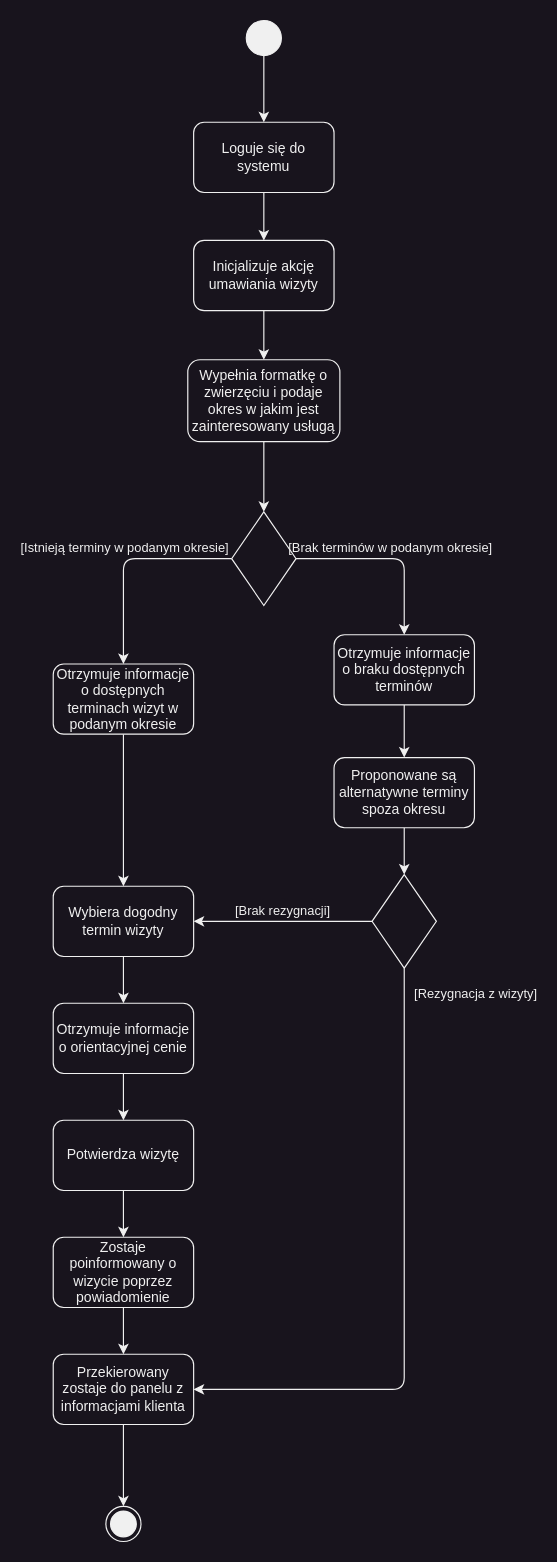
MarekMichali/vet-clinic keeps this draw.io diagram as ActivityDiagrams/UC1_Umow_wizyte.drawio. Above is the earlier version. Source tidied: cells renumbered, new cells numbered last; positions are measured from the earlier drawing's top-left corner, leaving out a move shared by most shapes. Both pictures are drawn from the tidied source at 117%, with x=0, y=0 at pixel (53, 20).
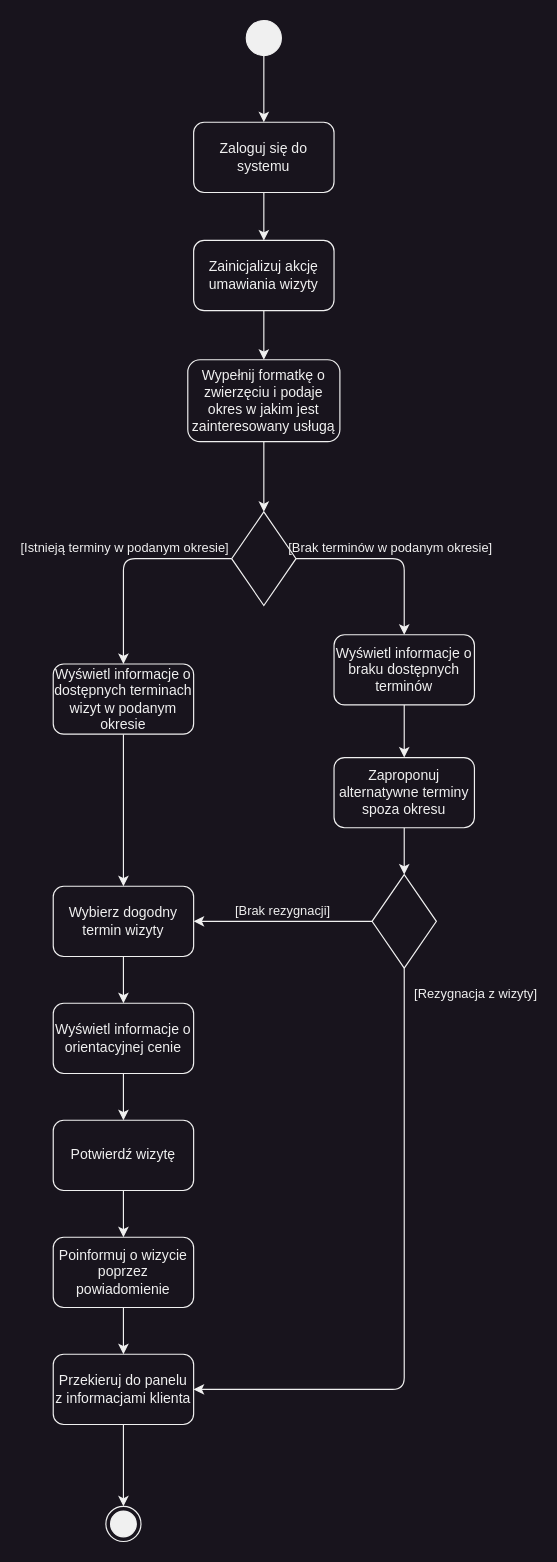
Above is the later version.

What changed in the source:
```diff
@@
-    <mxCell id="5" value="Loguje się do systemu" style="rounded=1;whiteSpace=wrap;html=1;fillColor=#18141D;strokeColor=#F0F0F0;fontColor=#F0F0F0;" parent="1" vertex="1">
+    <mxCell id="5" value="Zaloguj się do systemu" style="rounded=1;whiteSpace=wrap;html=1;fillColor=#18141D;strokeColor=#F0F0F0;fontColor=#F0F0F0;" parent="1" vertex="1">
       <mxGeometry x="120" y="87" width="120" height="60" as="geometry" />
     </mxCell>
@@
-    <mxCell id="7" value="Inicjalizuje akcję umawiania wizyty" style="rounded=1;whiteSpace=wrap;html=1;fillColor=#18141D;strokeColor=#F0F0F0;fontColor=#F0F0F0;" parent="1" vertex="1">
+    <mxCell id="7" value="Zainicjalizuj akcję umawiania wizyty" style="rounded=1;whiteSpace=wrap;html=1;fillColor=#18141D;strokeColor=#F0F0F0;fontColor=#F0F0F0;" parent="1" vertex="1">
       <mxGeometry x="120" y="188" width="120" height="60" as="geometry" />
     </mxCell>
@@
-    <mxCell id="9" value="Wypełnia formatkę o zwierzęciu i podaje okres w jakim jest zainteresowany usługą" style="rounded=1;whiteSpace=wrap;html=1;fillColor=#18141D;strokeColor=#F0F0F0;fontColor=#F0F0F0;" parent="1" vertex="1">
+    <mxCell id="9" value="Wypełnij formatkę o zwierzęciu i podaje okres w jakim jest zainteresowany usługą" style="rounded=1;whiteSpace=wrap;html=1;fillColor=#18141D;strokeColor=#F0F0F0;fontColor=#F0F0F0;" parent="1" vertex="1">
       <mxGeometry x="115" y="290" width="130" height="70" as="geometry" />
     </mxCell>
@@
-    <mxCell id="11" value="Otrzymuje informacje o dostępnych terminach wizyt w podanym okresie" style="rounded=1;whiteSpace=wrap;html=1;fillColor=#18141D;strokeColor=#F0F0F0;fontColor=#F0F0F0;" parent="1" vertex="1">
+    <mxCell id="11" value="Wyświetl informacje o dostępnych terminach wizyt w podanym okresie" style="rounded=1;whiteSpace=wrap;html=1;fillColor=#18141D;strokeColor=#F0F0F0;fontColor=#F0F0F0;" parent="1" vertex="1">
       <mxGeometry y="550" width="120" height="60" as="geometry" />
     </mxCell>
@@
-    <mxCell id="18" value="Otrzymuje informacje o braku dostępnych terminów" style="rounded=1;whiteSpace=wrap;html=1;fillColor=#18141D;strokeColor=#F0F0F0;fontColor=#F0F0F0;" parent="1" vertex="1">
+    <mxCell id="18" value="Wyświetl informacje o braku dostępnych terminów" style="rounded=1;whiteSpace=wrap;html=1;fillColor=#18141D;strokeColor=#F0F0F0;fontColor=#F0F0F0;" parent="1" vertex="1">
       <mxGeometry x="240" y="525" width="120" height="60" as="geometry" />
     </mxCell>
@@
-    <mxCell id="20" value="Proponowane są alternatywne terminy spoza okresu" style="rounded=1;whiteSpace=wrap;html=1;fillColor=#18141D;strokeColor=#F0F0F0;fontColor=#F0F0F0;" parent="1" vertex="1">
+    <mxCell id="20" value="Zaproponuj alternatywne terminy spoza okresu" style="rounded=1;whiteSpace=wrap;html=1;fillColor=#18141D;strokeColor=#F0F0F0;fontColor=#F0F0F0;" parent="1" vertex="1">
       <mxGeometry x="240" y="630" width="120" height="60" as="geometry" />
     </mxCell>
@@
-    <mxCell id="27" value="Wybiera dogodny termin wizyty" style="rounded=1;whiteSpace=wrap;html=1;fillColor=#18141D;strokeColor=#F0F0F0;fontColor=#F0F0F0;" parent="1" vertex="1">
+    <mxCell id="27" value="Wybierz dogodny termin wizyty" style="rounded=1;whiteSpace=wrap;html=1;fillColor=#18141D;strokeColor=#F0F0F0;fontColor=#F0F0F0;" parent="1" vertex="1">
       <mxGeometry y="740" width="120" height="60" as="geometry" />
     </mxCell>
@@
-    <mxCell id="29" value="Otrzymuje informacje o orientacyjnej cenie" style="rounded=1;whiteSpace=wrap;html=1;fillColor=#18141D;strokeColor=#F0F0F0;fontColor=#F0F0F0;" parent="1" vertex="1">
+    <mxCell id="29" value="Wyświetl informacje o orientacyjnej cenie" style="rounded=1;whiteSpace=wrap;html=1;fillColor=#18141D;strokeColor=#F0F0F0;fontColor=#F0F0F0;" parent="1" vertex="1">
       <mxGeometry y="840" width="120" height="60" as="geometry" />
     </mxCell>
@@
-    <mxCell id="31" value="Potwierdza wizytę" style="rounded=1;whiteSpace=wrap;html=1;fillColor=#18141D;strokeColor=#F0F0F0;fontColor=#F0F0F0;" parent="1" vertex="1">
+    <mxCell id="31" value="Potwierdź wizytę" style="rounded=1;whiteSpace=wrap;html=1;fillColor=#18141D;strokeColor=#F0F0F0;fontColor=#F0F0F0;" parent="1" vertex="1">
       <mxGeometry y="940" width="120" height="60" as="geometry" />
     </mxCell>
@@
-    <mxCell id="33" value="Zostaje poinformowany o wizycie poprzez powiadomienie" style="rounded=1;whiteSpace=wrap;html=1;fillColor=#18141D;strokeColor=#F0F0F0;fontColor=#F0F0F0;" parent="1" vertex="1">
+    <mxCell id="33" value="Poinformuj o wizycie poprzez powiadomienie" style="rounded=1;whiteSpace=wrap;html=1;fillColor=#18141D;strokeColor=#F0F0F0;fontColor=#F0F0F0;" parent="1" vertex="1">
       <mxGeometry y="1040" width="120" height="60" as="geometry" />
     </mxCell>
@@
-    <mxCell id="35" value="Przekierowany zostaje do panelu z informacjami klienta" style="rounded=1;whiteSpace=wrap;html=1;fillColor=#18141D;strokeColor=#F0F0F0;fontColor=#F0F0F0;" parent="1" vertex="1">
+    <mxCell id="35" value="Przekieruj do panelu z informacjami klienta" style="rounded=1;whiteSpace=wrap;html=1;fillColor=#18141D;strokeColor=#F0F0F0;fontColor=#F0F0F0;" parent="1" vertex="1">
       <mxGeometry y="1140" width="120" height="60" as="geometry" />
     </mxCell>
```
